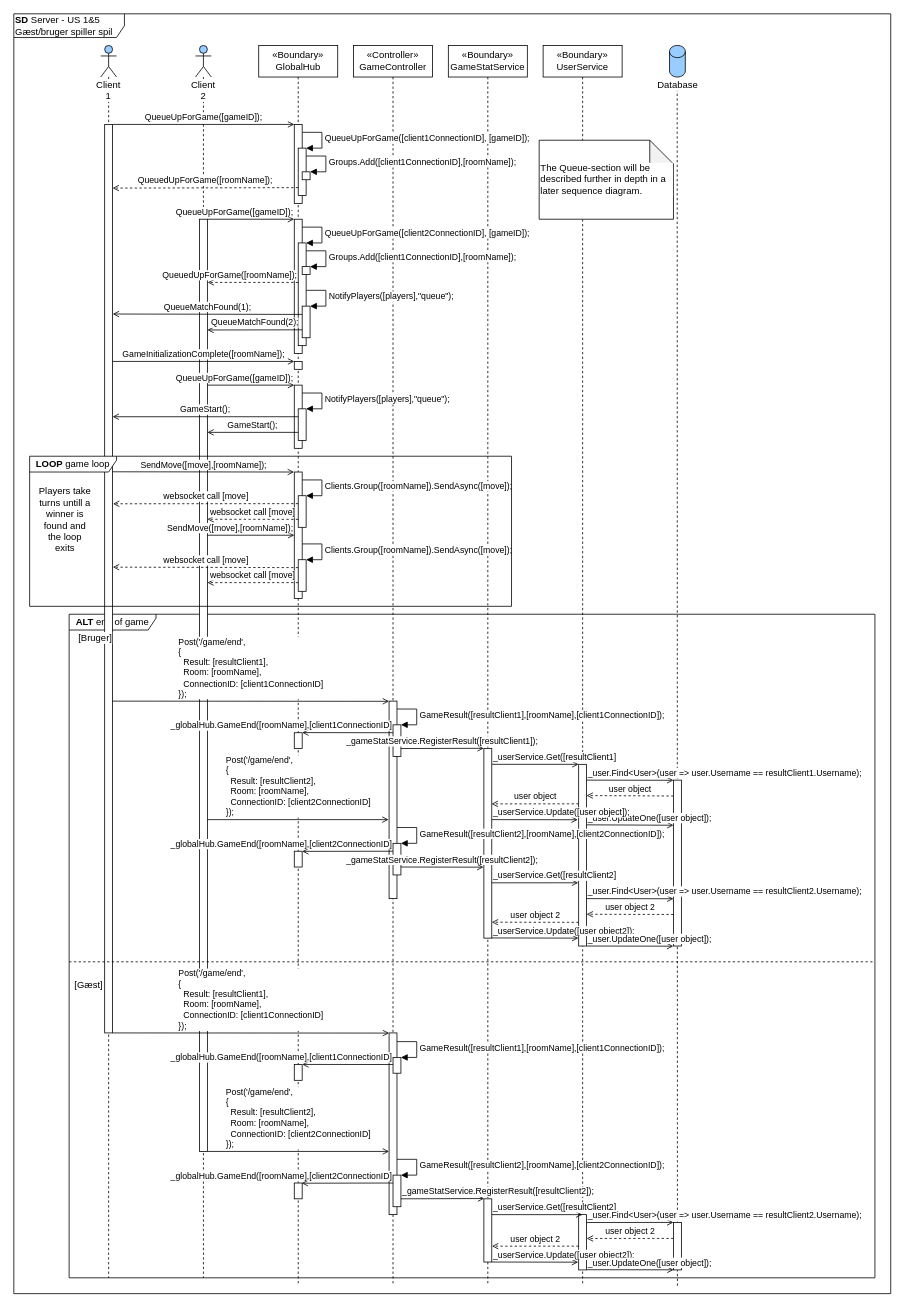
Earlier version of the draw.io diagram page "SD-Server" (2 of 4) of diagrams/arkitektur/US1&5_spil.drawio (Macradon/I7BAC-PlugNPlay). Source tidied: cells renumbered, new cells numbered last; positions are measured from the earlier drawing's top-left corner, leaving out a move shared by most shapes. Both pictures are drawn from the tidied source at 79%, with x=0, y=0 at pixel (13, 13).
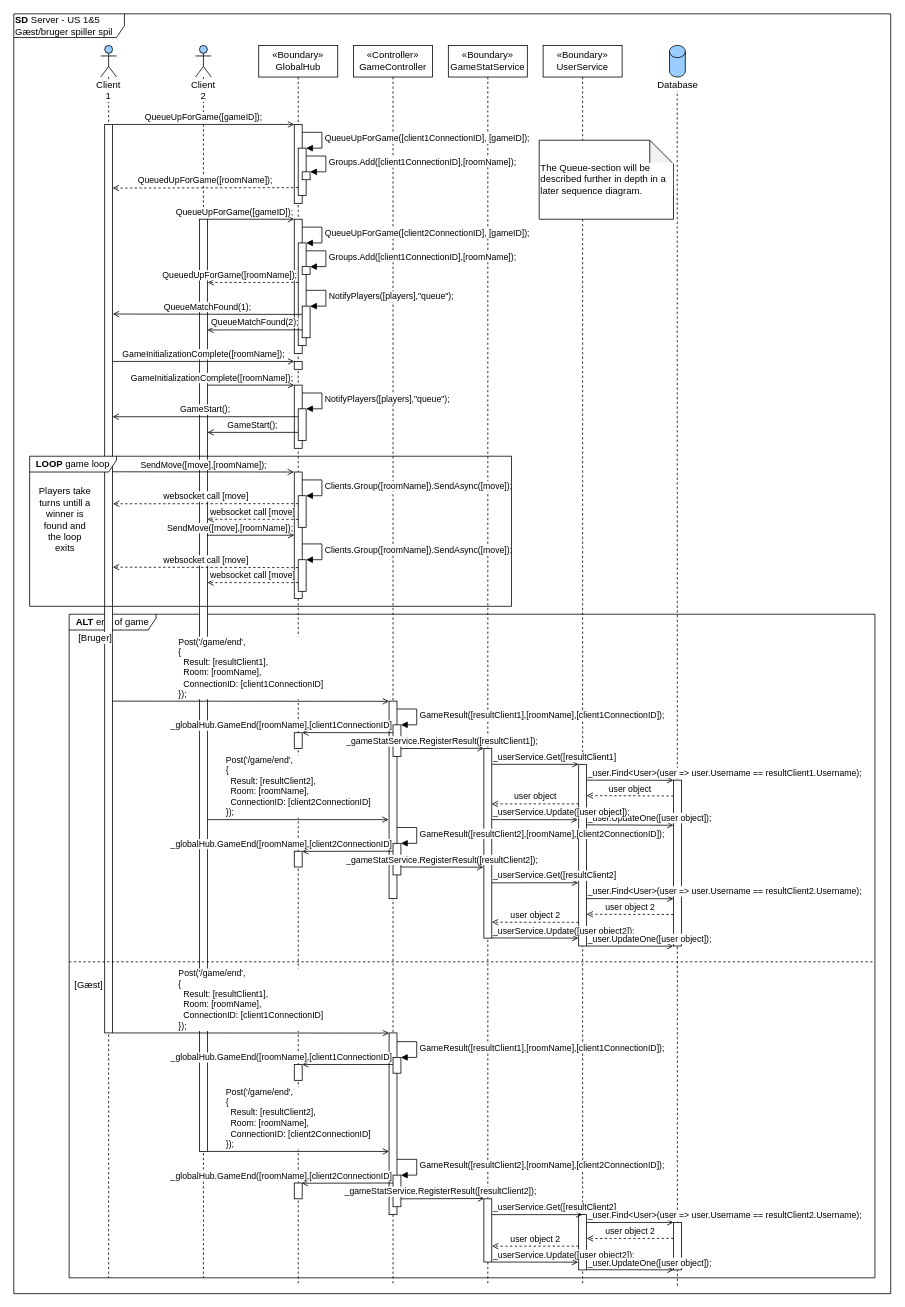
After the change.

Unchanged cells that the change refers to:
```xml
<mxCell id="89" style="html=1;points=[];perimeter=orthogonalPerimeter;align=left;" parent="1" vertex="1">
  <mxGeometry x="595" y="1500" width="10" height="80" as="geometry" />
</mxCell>
```

What changed in the source:
```diff
@@
-    <mxCell id="88" value="_gameStatService.RegisterResult([&lt;span style=&quot;&quot;&gt;resultClient2&lt;/span&gt;]);" style="html=1;verticalAlign=bottom;endArrow=open;endFill=0;align=left;entryX=0.048;entryY=-0.005;entryDx=0;entryDy=0;entryPerimeter=0;" parent="1" edge="1" target="89">
-      <mxGeometry x="-1" relative="1" as="geometry">
+    <mxCell id="88" value="_gameStatService.RegisterResult([&lt;span style=&quot;&quot;&gt;resultClient2&lt;/span&gt;]);" style="html=1;verticalAlign=bottom;endArrow=open;endFill=0;align=center;entryX=0.048;entryY=-0.005;entryDx=0;entryDy=0;entryPerimeter=0;" parent="1" edge="1" target="89">
+      <mxGeometry x="-0.05" relative="1" as="geometry">
         <mxPoint x="490" y="1500" as="sourcePoint" />
       </mxGeometry>
     </mxCell>
@@
-    <mxCell id="101" value="QueueUpForGame([gameID]);" style="html=1;verticalAlign=bottom;endArrow=open;endFill=0;entryX=-0.009;entryY=0.15;entryDx=0;entryDy=0;entryPerimeter=0;align=right;" parent="1" edge="1">
+    <mxCell id="101" value="&lt;span style=&quot;text-align: center&quot;&gt;GameInitializationComplete([roomName]);&lt;/span&gt;" style="html=1;verticalAlign=bottom;endArrow=open;endFill=0;entryX=-0.009;entryY=0.15;entryDx=0;entryDy=0;entryPerimeter=0;align=right;" parent="1" edge="1">
       <mxGeometry x="1" relative="1" as="geometry">
         <mxPoint x="245.1" y="470" as="sourcePoint" />
         <mxPoint x="355" y="470" as="targetPoint" />
       </mxGeometry>
     </mxCell>
```
